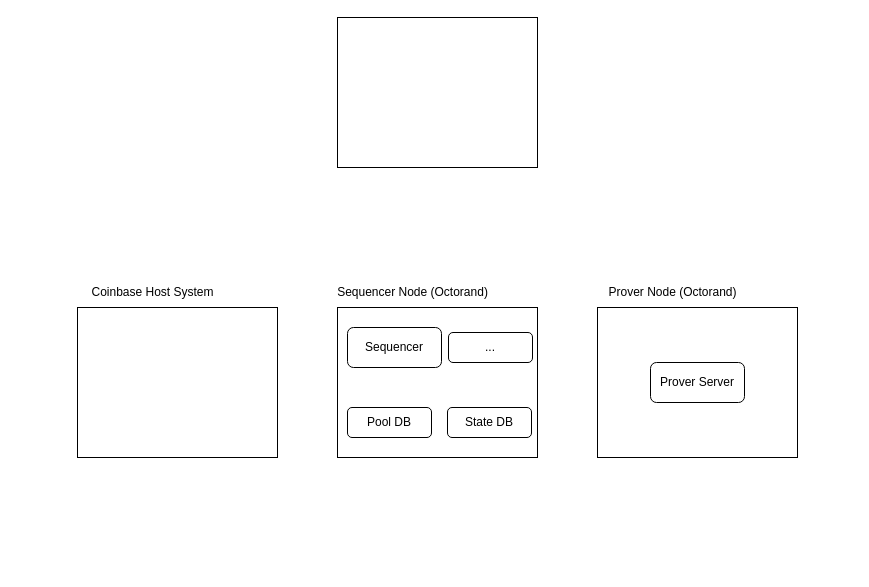
This is experimentSetup.drawio from Phillip-Kemper/thesis-drawings, a draw.io file, before an edit. Source tidied: cells renumbered, new cells numbered last; positions are measured from the earlier drawing's top-left corner, leaving out a move shared by most shapes. Both pictures are drawn from the tidied source at 100%, with x=0, y=0 at pixel (77, 17). Pictures stored in the file or linked from it are replaced by grey dashed boxes.
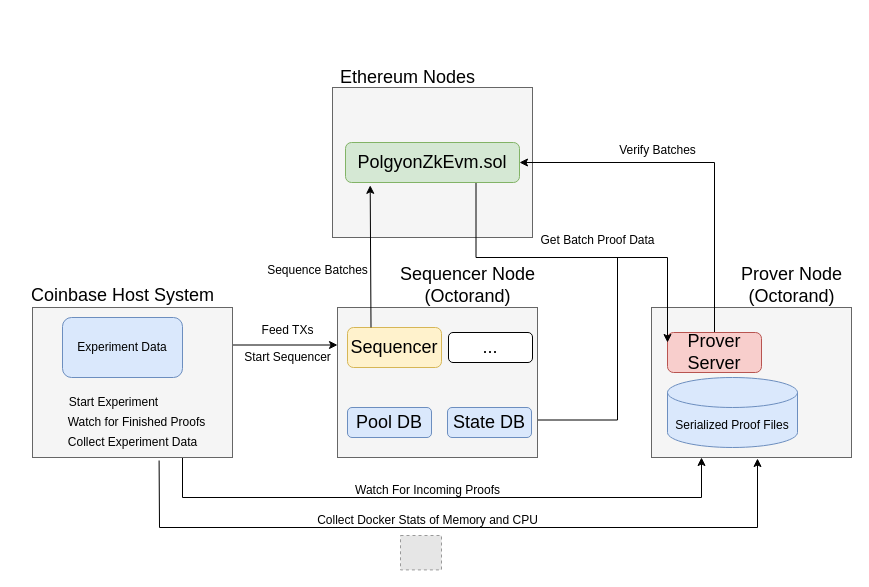
Above is the later version.

The edit, as a diff of the source:
```diff
@@
+    <mxCell id="14" style="edgeStyle=orthogonalEdgeStyle;rounded=0;jettySize=auto;html=1;exitX=1;exitY=0.25;exitDx=0;exitDy=0;entryX=0;entryY=0.25;entryDx=0;entryDy=0;" parent="1" edge="1" source="2" target="6">
+      <mxGeometry relative="1" as="geometry" />
+    </mxCell>
+    <mxCell id="15" style="edgeStyle=orthogonalEdgeStyle;rounded=0;jettySize=auto;html=1;exitX=0.75;exitY=1;exitDx=0;exitDy=0;entryX=0.25;entryY=1;entryDx=0;entryDy=0;" parent="1" edge="1" source="2" target="4">
+      <mxGeometry relative="1" as="geometry">
+        <Array as="points">
+          <mxPoint x="105" y="480" />
+          <mxPoint x="624" y="480" />
+        </Array>
+      </mxGeometry>
+    </mxCell>
-    <mxCell id="2" style="rounded=0;whiteSpace=wrap;html=1;" parent="1" vertex="1">
-      <mxGeometry y="290" width="200" height="150" as="geometry" />
+    <mxCell id="2" style="rounded=0;whiteSpace=wrap;html=1;fillColor=#f5f5f5;fontColor=#333333;strokeColor=#666666;" parent="1" vertex="1">
+      <mxGeometry x="-45" y="290" width="200" height="150" as="geometry" />
     </mxCell>
-    <mxCell id="3" value="Coinbase Host System" style="text;html=1;align=center;verticalAlign=middle;strokeColor=none;fillColor=none;" parent="1" vertex="1">
-      <mxGeometry y="260" width="150" height="30" as="geometry" />
+    <mxCell id="3" value="Coinbase Host System" style="text;html=1;align=center;verticalAlign=middle;strokeColor=none;fillColor=none;fontSize=18;" parent="1" vertex="1">
+      <mxGeometry x="-60" y="258" width="210" height="40" as="geometry" />
     </mxCell>
-    <mxCell id="4" style="rounded=0;whiteSpace=wrap;html=1;" parent="1" vertex="1">
-      <mxGeometry x="520" y="290" width="200" height="150" as="geometry" />
+    <mxCell id="4" style="rounded=0;whiteSpace=wrap;html=1;fillColor=#f5f5f5;fontColor=#333333;strokeColor=#666666;" parent="1" vertex="1">
+      <mxGeometry x="574" y="290" width="200" height="150" as="geometry" />
     </mxCell>
-    <mxCell id="5" value="Prover Node (Octorand)" style="text;html=1;align=center;verticalAlign=middle;strokeColor=none;fillColor=none;" parent="1" vertex="1">
-      <mxGeometry x="520" y="260" width="150" height="30" as="geometry" />
+    <mxCell id="5" value="Prover Node &lt;br&gt;(Octorand)" style="text;html=1;align=center;verticalAlign=middle;strokeColor=none;fillColor=none;fontSize=18;" parent="1" vertex="1">
+      <mxGeometry x="654" y="238" width="120" height="60" as="geometry" />
     </mxCell>
+    <mxCell id="16" style="edgeStyle=orthogonalEdgeStyle;rounded=0;jettySize=auto;html=1;exitX=1;exitY=0.75;exitDx=0;exitDy=0;endArrow=none;endFill=0;" parent="1" edge="1" source="6">
+      <mxGeometry relative="1" as="geometry">
+        <mxPoint x="510" y="240" as="targetPoint" />
+        <Array as="points">
+          <mxPoint x="540" y="402" />
+          <mxPoint x="540" y="240" />
+        </Array>
+      </mxGeometry>
+    </mxCell>
-    <mxCell id="6" style="rounded=0;whiteSpace=wrap;html=1;" parent="1" vertex="1">
+    <mxCell id="6" style="rounded=0;whiteSpace=wrap;html=1;fillColor=#f5f5f5;fontColor=#333333;strokeColor=#666666;" parent="1" vertex="1">
       <mxGeometry x="260" y="290" width="200" height="150" as="geometry" />
     </mxCell>
-    <mxCell id="7" value="Sequencer Node (Octorand)" style="text;html=1;align=center;verticalAlign=middle;strokeColor=none;fillColor=none;" parent="1" vertex="1">
-      <mxGeometry x="250" y="260" width="170" height="30" as="geometry" />
+    <mxCell id="7" value="Sequencer Node &lt;br&gt;(Octorand)" style="text;html=1;align=center;verticalAlign=middle;strokeColor=none;fillColor=none;fontSize=18;" parent="1" vertex="1">
+      <mxGeometry x="310" y="238" width="160" height="60" as="geometry" />
     </mxCell>
-    <mxCell id="8" style="rounded=0;whiteSpace=wrap;html=1;" parent="1" vertex="1">
-      <mxGeometry x="260" width="200" height="150" as="geometry" />
+    <mxCell id="8" style="rounded=0;whiteSpace=wrap;html=1;fillColor=#f5f5f5;fontColor=#333333;strokeColor=#666666;" parent="1" vertex="1">
+      <mxGeometry x="255" y="70" width="200" height="150" as="geometry" />
     </mxCell>
-    <mxCell id="9" value="Sequencer" style="rounded=1;whiteSpace=wrap;html=1;" parent="1" vertex="1">
+    <mxCell id="9" value="Sequencer" style="rounded=1;whiteSpace=wrap;html=1;fontSize=18;fillColor=#fff2cc;strokeColor=#d6b656;" parent="1" vertex="1">
       <mxGeometry x="270" y="310" width="94" height="40" as="geometry" />
     </mxCell>
-    <mxCell id="10" value="Pool DB" style="rounded=1;whiteSpace=wrap;html=1;" parent="1" vertex="1">
+    <mxCell id="10" value="Pool DB" style="rounded=1;whiteSpace=wrap;html=1;fontSize=18;fillColor=#dae8fc;strokeColor=#6c8ebf;" parent="1" vertex="1">
       <mxGeometry x="270" y="390" width="84" height="30" as="geometry" />
     </mxCell>
-    <mxCell id="11" value="State DB" style="rounded=1;whiteSpace=wrap;html=1;" parent="1" vertex="1">
+    <mxCell id="11" value="State DB" style="rounded=1;whiteSpace=wrap;html=1;fontSize=18;fillColor=#dae8fc;strokeColor=#6c8ebf;" parent="1" vertex="1">
       <mxGeometry x="370" y="390" width="84" height="30" as="geometry" />
     </mxCell>
-    <mxCell id="12" value="..." style="rounded=1;whiteSpace=wrap;html=1;" parent="1" vertex="1">
+    <mxCell id="12" value="..." style="rounded=1;whiteSpace=wrap;html=1;fontSize=18;" parent="1" vertex="1">
       <mxGeometry x="371" y="315" width="84" height="30" as="geometry" />
     </mxCell>
+    <mxCell id="17" style="edgeStyle=orthogonalEdgeStyle;rounded=0;jettySize=auto;html=1;exitX=0.5;exitY=0;exitDx=0;exitDy=0;entryX=1;entryY=0.5;entryDx=0;entryDy=0;" parent="1" edge="1" source="13" target="20">
+      <mxGeometry relative="1" as="geometry" />
+    </mxCell>
-    <mxCell id="13" value="Prover Server" style="rounded=1;whiteSpace=wrap;html=1;" parent="1" vertex="1">
-      <mxGeometry x="573" y="345" width="94" height="40" as="geometry" />
+    <mxCell id="13" value="Prover Server" style="rounded=1;whiteSpace=wrap;html=1;fontSize=18;fillColor=#f8cecc;strokeColor=#b85450;" parent="1" vertex="1">
+      <mxGeometry x="590" y="315" width="94" height="40" as="geometry" />
     </mxCell>
+    <mxCell id="18" value="Ethereum Nodes" style="text;html=1;align=center;verticalAlign=middle;strokeColor=none;fillColor=none;fontSize=18;" parent="1" vertex="1">
+      <mxGeometry x="250" y="40" width="160" height="40" as="geometry" />
+    </mxCell>
+    <mxCell id="19" style="edgeStyle=orthogonalEdgeStyle;rounded=0;jettySize=auto;html=1;exitX=0.75;exitY=1;exitDx=0;exitDy=0;entryX=0;entryY=0.25;entryDx=0;entryDy=0;" parent="1" edge="1" source="20" target="13">
+      <mxGeometry relative="1" as="geometry">
+        <Array as="points">
+          <mxPoint x="398" y="240" />
+          <mxPoint x="590" y="240" />
+        </Array>
+      </mxGeometry>
+    </mxCell>
+    <mxCell id="20" value="PolgyonZkEvm.sol" style="rounded=1;whiteSpace=wrap;html=1;fontSize=18;fillColor=#d5e8d4;strokeColor=#82b366;" parent="1" vertex="1">
+      <mxGeometry x="268" y="125" width="174" height="40" as="geometry" />
+    </mxCell>
+    <mxCell id="21" value="Verify Batches" style="text;html=1;align=center;verticalAlign=middle;strokeColor=none;fillColor=none;" parent="1" vertex="1">
+      <mxGeometry x="530" y="118" width="100" height="30" as="geometry" />
+    </mxCell>
+    <mxCell id="22" style="endArrow=classic;html=1;rounded=0;exitX=0.25;exitY=0;exitDx=0;exitDy=0;entryX=0.142;entryY=1.071;entryDx=0;entryDy=0;entryPerimeter=0;" parent="1" edge="1" source="9" target="20">
+      <mxGeometry relative="1" as="geometry" />
+    </mxCell>
+    <mxCell id="23" value="Sequence Batches" style="text;html=1;align=center;verticalAlign=middle;strokeColor=none;fillColor=none;" parent="1" vertex="1">
+      <mxGeometry x="180" y="238" width="120" height="30" as="geometry" />
+    </mxCell>
+    <mxCell id="24" value="Get Batch Proof Data" style="text;html=1;align=center;verticalAlign=middle;strokeColor=none;fillColor=none;" parent="1" vertex="1">
+      <mxGeometry x="450" y="208" width="140" height="30" as="geometry" />
+    </mxCell>
+    <mxCell id="25" value="Experiment Data&lt;br&gt;" style="rounded=1;whiteSpace=wrap;html=1;fillColor=#dae8fc;strokeColor=#6c8ebf;" parent="1" vertex="1">
+      <mxGeometry x="-15" y="300" width="120" height="60" as="geometry" />
+    </mxCell>
+    <mxCell id="26" value="Feed TXs" style="text;html=1;align=center;verticalAlign=middle;strokeColor=none;fillColor=none;" parent="1" vertex="1">
+      <mxGeometry x="170" y="298" width="80" height="30" as="geometry" />
+    </mxCell>
+    <mxCell id="27" value="Start Sequencer" style="text;html=1;align=center;verticalAlign=middle;strokeColor=none;fillColor=none;" parent="1" vertex="1">
+      <mxGeometry x="155" y="325" width="110" height="30" as="geometry" />
+    </mxCell>
+    <mxCell id="28" style="fillColor=#E6E6E6;strokeColor=#999999;dashed=1;verticalLabelPosition=bottom;labelBackgroundColor=default;verticalAlign=top;" parent="1" vertex="1">
+      <mxGeometry x="323" y="518" width="41" height="34.4" as="geometry" />
+    </mxCell>
+    <mxCell id="29" value="Serialized Proof Files" style="shape=cylinder3;whiteSpace=wrap;html=1;boundedLbl=1;backgroundOutline=1;size=15;fillColor=#dae8fc;strokeColor=#6c8ebf;" parent="1" vertex="1">
+      <mxGeometry x="590" y="360" width="130" height="70" as="geometry" />
+    </mxCell>
+    <mxCell id="30" value="Watch For Incoming Proofs" style="text;html=1;align=center;verticalAlign=middle;strokeColor=none;fillColor=none;" parent="1" vertex="1">
+      <mxGeometry x="265" y="458" width="170" height="30" as="geometry" />
+    </mxCell>
+    <mxCell id="31" style="endArrow=none;html=1;rounded=0;exitX=0.633;exitY=1.02;exitDx=0;exitDy=0;exitPerimeter=0;endFill=0;" parent="1" edge="1" source="2">
+      <mxGeometry relative="1" as="geometry">
+        <mxPoint x="680" y="510" as="targetPoint" />
+        <Array as="points">
+          <mxPoint x="82" y="510" />
+        </Array>
+      </mxGeometry>
+    </mxCell>
+    <mxCell id="32" style="endArrow=classic;html=1;rounded=0;" parent="1" edge="1">
+      <mxGeometry relative="1" as="geometry">
+        <mxPoint x="680" y="510" as="sourcePoint" />
+        <mxPoint x="680" y="441" as="targetPoint" />
+      </mxGeometry>
+    </mxCell>
+    <mxCell id="33" value="Start Experiment" style="text;html=1;strokeColor=none;fillColor=none;align=center;verticalAlign=middle;whiteSpace=wrap;rounded=0;" parent="1" vertex="1">
+      <mxGeometry x="-16" y="370" width="105" height="30" as="geometry" />
+    </mxCell>
+    <mxCell id="34" value="Watch for Finished Proofs" style="text;html=1;strokeColor=none;fillColor=none;align=center;verticalAlign=middle;whiteSpace=wrap;rounded=0;" parent="1" vertex="1">
+      <mxGeometry x="-18.5" y="390" width="155" height="30" as="geometry" />
+    </mxCell>
+    <mxCell id="35" value="Collect Experiment Data" style="text;html=1;strokeColor=none;fillColor=none;align=center;verticalAlign=middle;whiteSpace=wrap;rounded=0;" parent="1" vertex="1">
+      <mxGeometry x="-22.5" y="410" width="155" height="30" as="geometry" />
+    </mxCell>
+    <mxCell id="36" value="Collect Docker Stats of Memory and CPU" style="text;html=1;align=center;verticalAlign=middle;strokeColor=none;fillColor=none;" parent="1" vertex="1">
+      <mxGeometry x="230" y="488" width="240" height="30" as="geometry" />
+    </mxCell>
```
